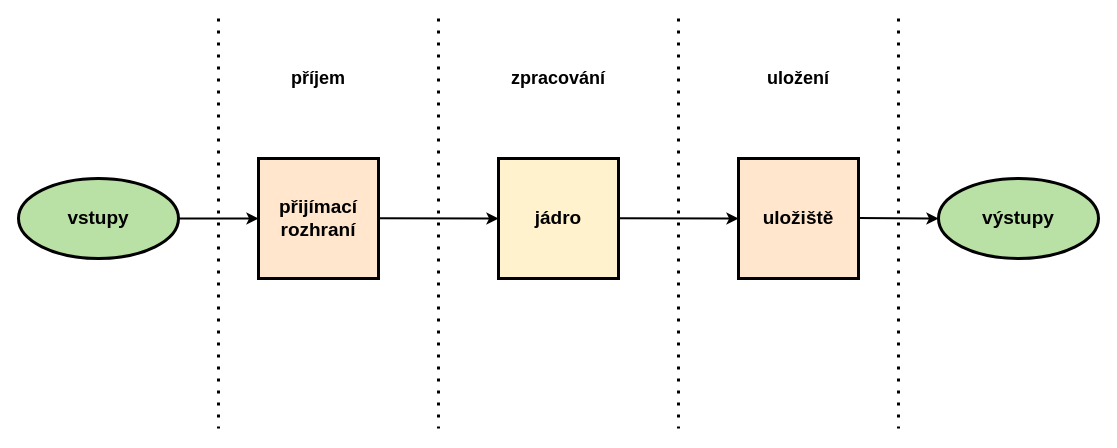
This is diagrams/common_digital_datalogger_scheme/common_digital_datalogger_scheme.drawio from Doly02/thesis, a draw.io file, before an edit. Source tidied: cells renumbered, new cells numbered last; positions are measured from the earlier drawing's top-left corner, leaving out a move shared by most shapes. Both pictures are drawn from the tidied source at 100%, with x=0, y=0 at pixel (18, 18).
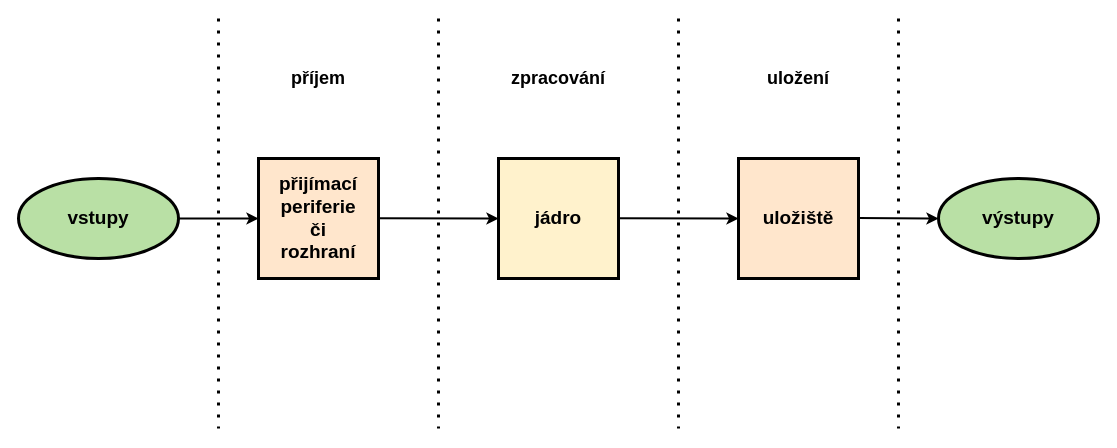
Above is the later version.

Change to the diagram source:
```diff
@@
-    <mxCell id="5" value="&lt;b&gt;&lt;font style=&quot;font-size: 19px;&quot;&gt;přijímací&lt;/font&gt;&lt;/b&gt;&lt;div&gt;&lt;span style=&quot;background-color: transparent; color: light-dark(rgb(0, 0, 0), rgb(255, 255, 255));&quot;&gt;&lt;b&gt;&lt;font style=&quot;font-size: 19px;&quot;&gt;rozhraní&lt;/font&gt;&lt;/b&gt;&lt;/span&gt;&lt;/div&gt;" style="text;html=1;align=center;verticalAlign=middle;whiteSpace=wrap;rounded=0;" parent="1" vertex="1">
+    <mxCell id="5" value="&lt;b&gt;&lt;font style=&quot;font-size: 19px;&quot;&gt;přijímací&lt;/font&gt;&lt;/b&gt;&lt;div&gt;&lt;span style=&quot;font-size: 19px;&quot;&gt;&lt;b&gt;periferie&lt;/b&gt;&lt;/span&gt;&lt;/div&gt;&lt;div&gt;&lt;span style=&quot;background-color: transparent; color: light-dark(rgb(0, 0, 0), rgb(255, 255, 255));&quot;&gt;&lt;b&gt;&lt;font style=&quot;font-size: 19px;&quot;&gt;či&lt;/font&gt;&lt;/b&gt;&lt;/span&gt;&lt;/div&gt;&lt;div&gt;&lt;span style=&quot;background-color: transparent; color: light-dark(rgb(0, 0, 0), rgb(255, 255, 255));&quot;&gt;&lt;b&gt;&lt;font style=&quot;font-size: 19px;&quot;&gt;rozhraní&lt;/font&gt;&lt;/b&gt;&lt;/span&gt;&lt;/div&gt;" style="text;html=1;align=center;verticalAlign=middle;whiteSpace=wrap;rounded=0;" parent="1" vertex="1">
       <mxGeometry x="250" y="175" width="100" height="50" as="geometry" />
     </mxCell>
```
